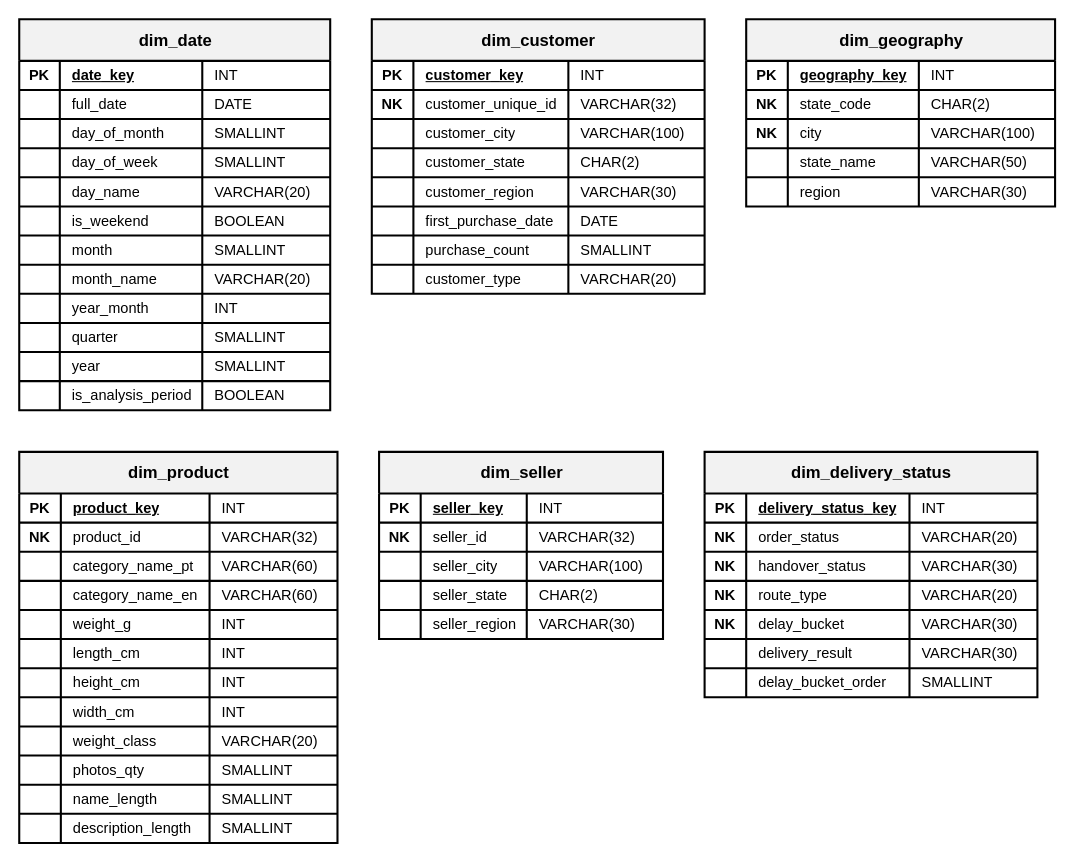
The draw.io diagram page "[Seminar] - Dimension" (1 of 3) of docs/images/dds_schema.drawio in TrucHang676/bi-miniproject, before the edit. Source tidied: cells renumbered, new cells numbered last; positions are measured from the earlier drawing's top-left corner, leaving out a move shared by most shapes. Both pictures are drawn from the tidied source at 104%, with x=0, y=0 at pixel (19, 19).
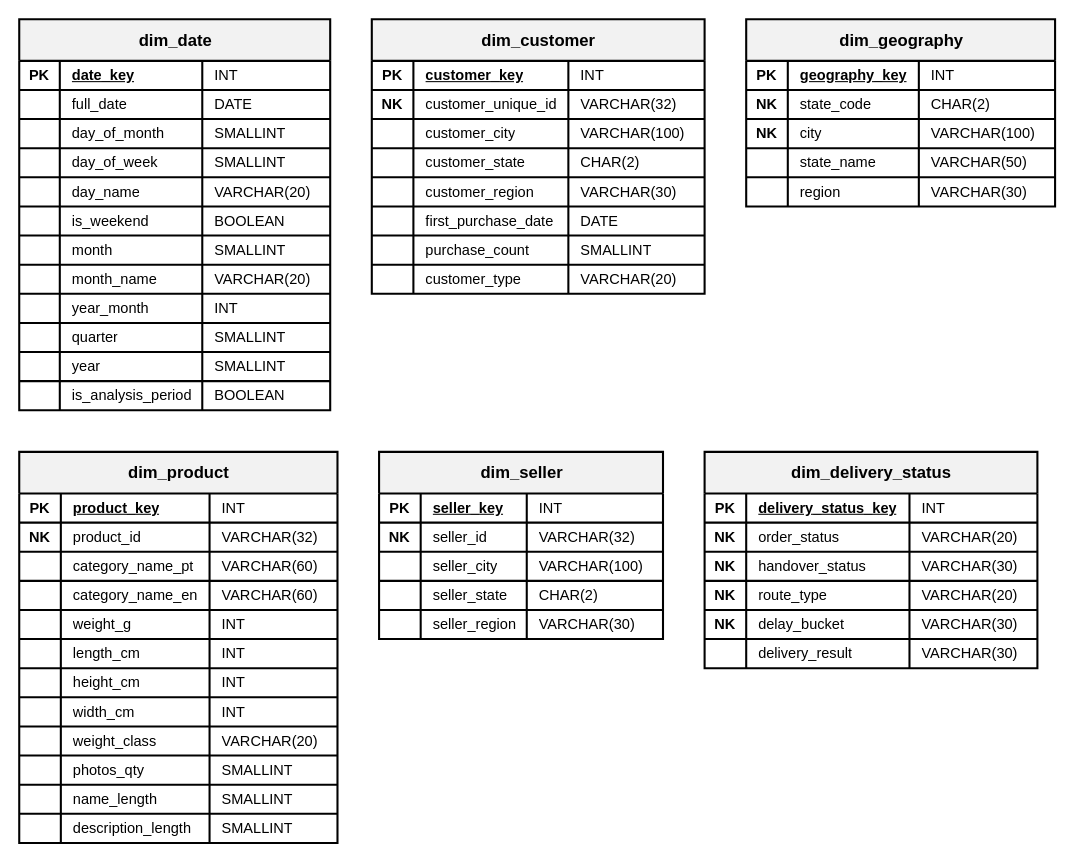
After the change.

What changed in the source:
```diff
@@
     <mxCell id="175" value="dim_delivery_status" style="shape=table;startSize=40;childLayout=tableLayout;rowLines=1;columnLines=1;fontStyle=1;align=center;html=1;fillColor=#F2F2F2;swimlaneFillColor=#FFFFFF;strokeColor=#000000;strokeWidth=2;fontColor=#000000;fontFamily=Arial;fontSize=16;" parent="1" vertex="1">
-      <mxGeometry x="659" y="416" width="320" height="236" as="geometry" />
+      <mxGeometry x="659" y="416" width="320" height="208" as="geometry" />
     </mxCell>
@@
-    <mxCell id="200" style="shape=tableRow;horizontal=0;startSize=0;swimlaneHead=0;swimlaneBody=0;strokeColor=inherit;top=0;left=0;bottom=0;right=0;fillColor=none;html=1;" parent="175" vertex="1">
-      <mxGeometry y="208" width="320" height="28" as="geometry" />
-    </mxCell>
-    <mxCell id="201" style="shape=partialRectangle;html=1;whiteSpace=wrap;strokeColor=inherit;overflow=hidden;fillColor=none;top=0;left=0;bottom=0;right=0;fontFamily=Arial;fontSize=14;fontColor=#000000;fontStyle=1;align=center;spacingLeft=0;" parent="200" vertex="1">
-      <mxGeometry width="40" height="28" as="geometry" />
-    </mxCell>
-    <mxCell id="202" value="delay_bucket_order" style="shape=partialRectangle;html=1;whiteSpace=wrap;strokeColor=inherit;overflow=hidden;fillColor=none;top=0;left=0;bottom=0;right=0;fontFamily=Arial;fontSize=14;fontColor=#000000;fontStyle=0;align=left;spacingLeft=10;" parent="200" vertex="1">
-      <mxGeometry x="40" width="157" height="28" as="geometry" />
-    </mxCell>
-    <mxCell id="203" value="SMALLINT" style="shape=partialRectangle;html=1;whiteSpace=wrap;strokeColor=inherit;overflow=hidden;fillColor=none;top=0;left=0;bottom=0;right=0;fontFamily=Arial;fontSize=14;fontColor=#000000;fontStyle=0;align=left;spacingLeft=10;" parent="200" vertex="1">
-      <mxGeometry x="197" width="123" height="28" as="geometry" />
-    </mxCell>
```
